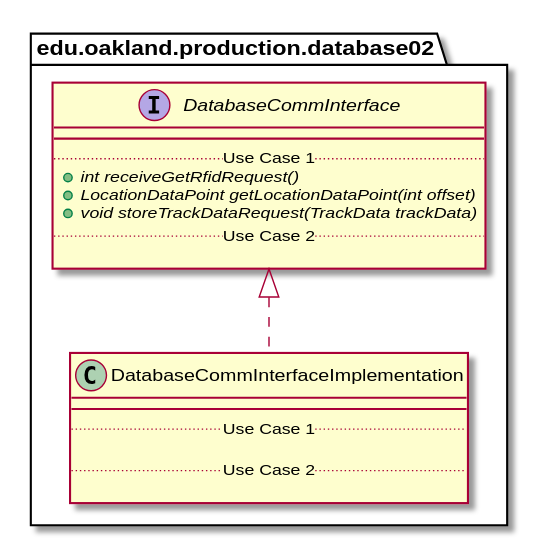
Before: docs/uml-class-diagrams/database/production/DatabaseCommInterfaceImplementation/DatabaseCommInterfaceImplementation_DirectDependencies.svg, a diagram exported from PlantUML (andrewdimmer/csi-3370-software-project). The source it was exported from:
```plantuml
@startuml DatabaseCommInterfaceImplementation_DirectDependencies


package edu.oakland.production.database02 {
    class DatabaseCommInterfaceImplementation {
        __
        .. Use Case 1 ..

        .. Use Case 2 ..

    }
}



package edu.oakland.production.database02 {
    interface DatabaseCommInterface {
        __
        .. Use Case 1 ..
        {abstract} + int receiveGetRfidRequest()
        {abstract} + LocationDataPoint getLocationDataPoint(int offset)
        {abstract} + void storeTrackDataRequest(TrackData trackData)
        .. Use Case 2 ..

    }
}

DatabaseCommInterfaceImplementation .up.|> DatabaseCommInterface





@enduml
```
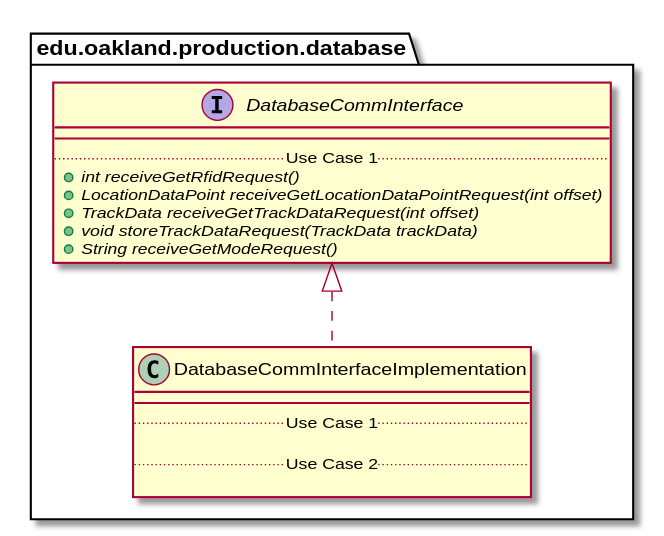
The same diagram one commit later.

Change to the diagram source:
```diff
@@ -1,7 +1,7 @@
 @startuml DatabaseCommInterfaceImplementation_DirectDependencies
 
 
-package edu.oakland.production.database02 {
+package edu.oakland.production.database {
     class DatabaseCommInterfaceImplementation {
         __
         .. Use Case 1 ..
@@ -13,15 +13,15 @@
 
 
 
-package edu.oakland.production.database02 {
+package edu.oakland.production.database {
     interface DatabaseCommInterface {
         __
         .. Use Case 1 ..
         {abstract} + int receiveGetRfidRequest()
-        {abstract} + LocationDataPoint getLocationDataPoint(int offset)
+        {abstract} + LocationDataPoint receiveGetLocationDataPointRequest(int offset)
+        {abstract} + TrackData receiveGetTrackDataRequest(int offset)
         {abstract} + void storeTrackDataRequest(TrackData trackData)
-        .. Use Case 2 ..
-
+        {abstract} + String receiveGetModeRequest()
     }
 }
 
```
